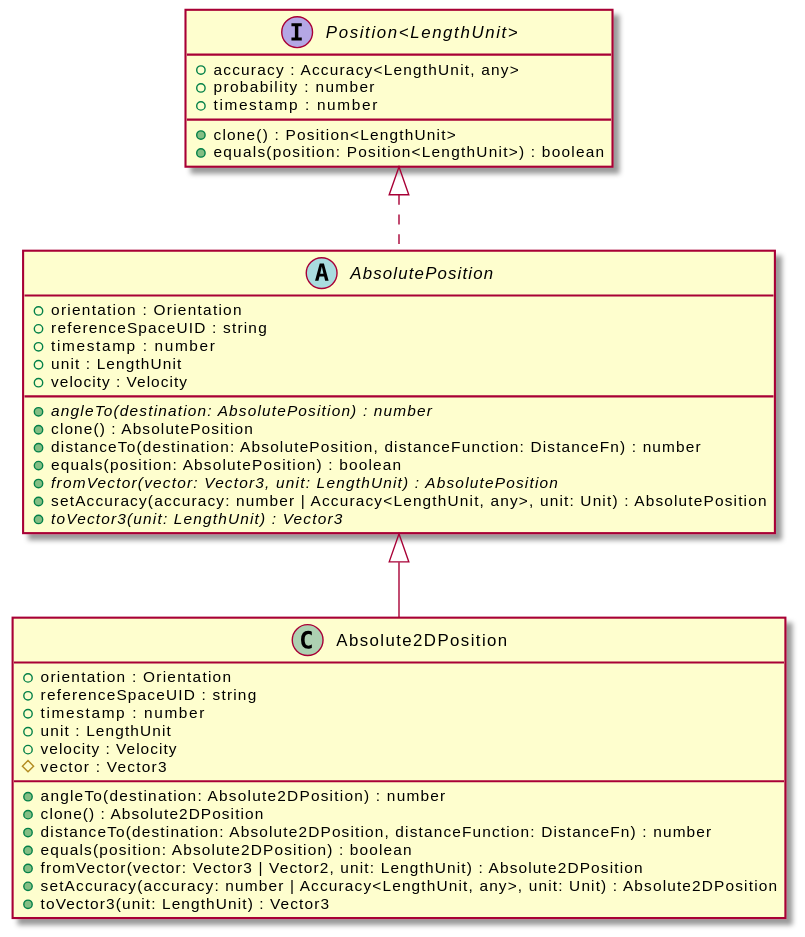
OpenHPS/openhps-core keeps this PlantUML diagram as assets/AbsolutePosition-umlClassDiagram-3458.svg. Above is the earlier version.
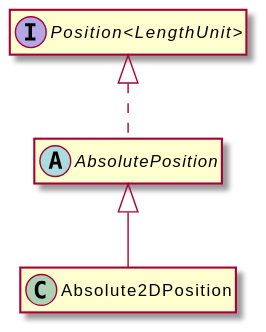
After the commit.

Change to the diagram source:
```diff
@@ -3,41 +3,11 @@
 hide empty methods
 hide empty fields
 abstract class "AbsolutePosition" {
-    +orientation : Orientation
-    +referenceSpaceUID : string
-    +timestamp : number
-    +unit : LengthUnit
-    +velocity : Velocity
-    {abstract} +angleTo(destination: AbsolutePosition) : number
-    +clone() : AbsolutePosition
-    +distanceTo(destination: AbsolutePosition, distanceFunction: DistanceFn) : number
-    +equals(position: AbsolutePosition) : boolean
-    {abstract} +fromVector(vector: Vector3, unit: LengthUnit) : AbsolutePosition
-    +setAccuracy(accuracy: number | Accuracy<LengthUnit, any>, unit: Unit) : AbsolutePosition
-    {abstract} +toVector3(unit: LengthUnit) : Vector3
 }
 interface "Position<LengthUnit>" {
-    +accuracy : Accuracy<LengthUnit, any>
-    +probability : number
-    +timestamp : number
-    +clone() : Position<LengthUnit>
-    +equals(position: Position<LengthUnit>) : boolean
 }
 "Position<LengthUnit>" <|.. "AbsolutePosition"
 class "Absolute2DPosition" {
-    +orientation : Orientation
-    +referenceSpaceUID : string
-    +timestamp : number
-    +unit : LengthUnit
-    +velocity : Velocity
-    #vector : Vector3
-    +angleTo(destination: Absolute2DPosition) : number
-    +clone() : Absolute2DPosition
-    +distanceTo(destination: Absolute2DPosition, distanceFunction: DistanceFn) : number
-    +equals(position: Absolute2DPosition) : boolean
-    +fromVector(vector: Vector3 | Vector2, unit: LengthUnit) : Absolute2DPosition
-    +setAccuracy(accuracy: number | Accuracy<LengthUnit, any>, unit: Unit) : Absolute2DPosition
-    +toVector3(unit: LengthUnit) : Vector3
 }
 "AbsolutePosition" <|-- "Absolute2DPosition"
 @enduml
```
